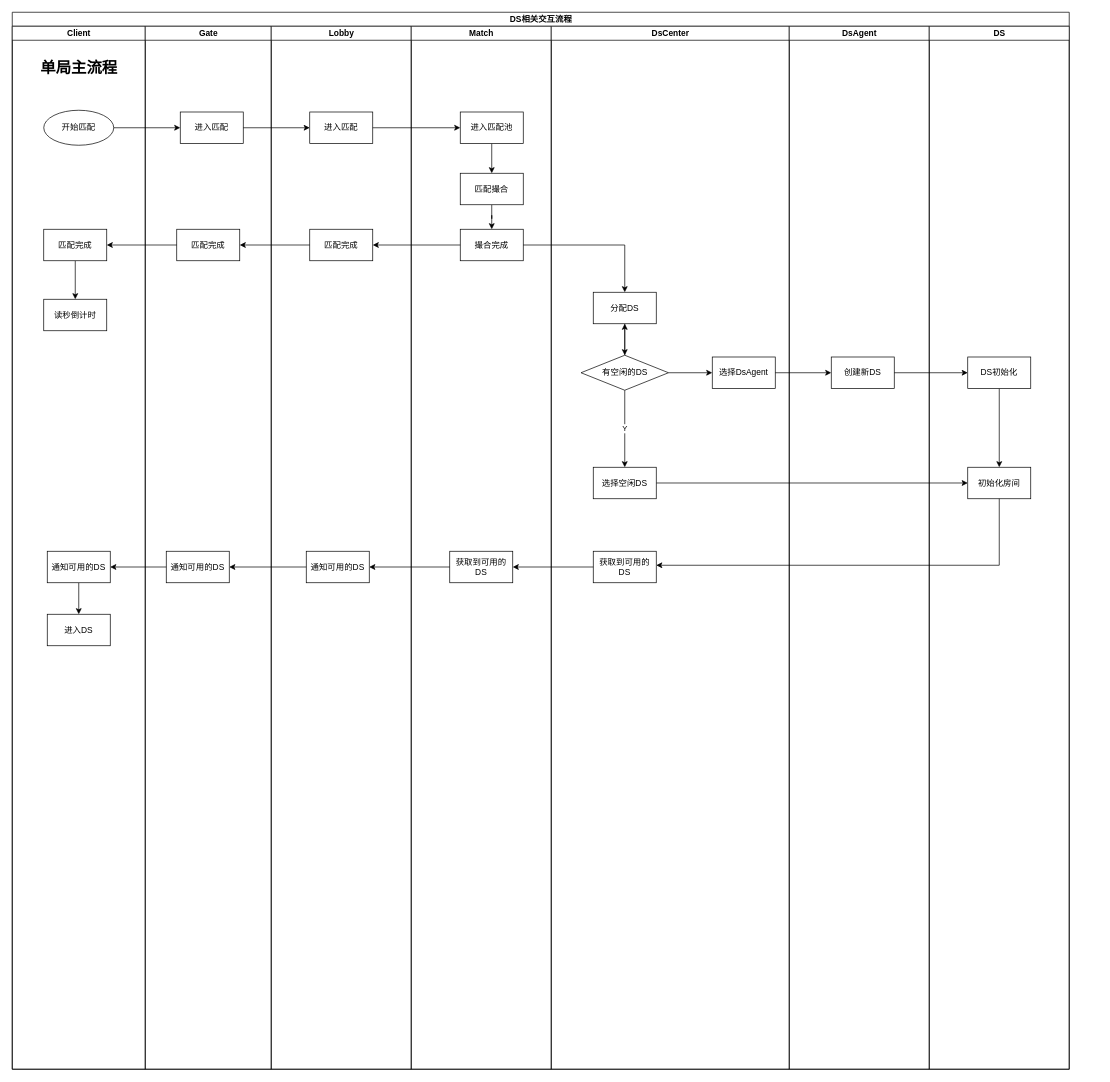
Above: 未命名绘图.drawio in doingli/udpprobe (draw.io), before the change. Source tidied: cells renumbered, new cells numbered last; positions are measured from the earlier drawing's top-left corner, leaving out a move shared by most shapes. Both pictures are drawn from the tidied source at 70%, with x=0, y=0 at pixel (12, 12).
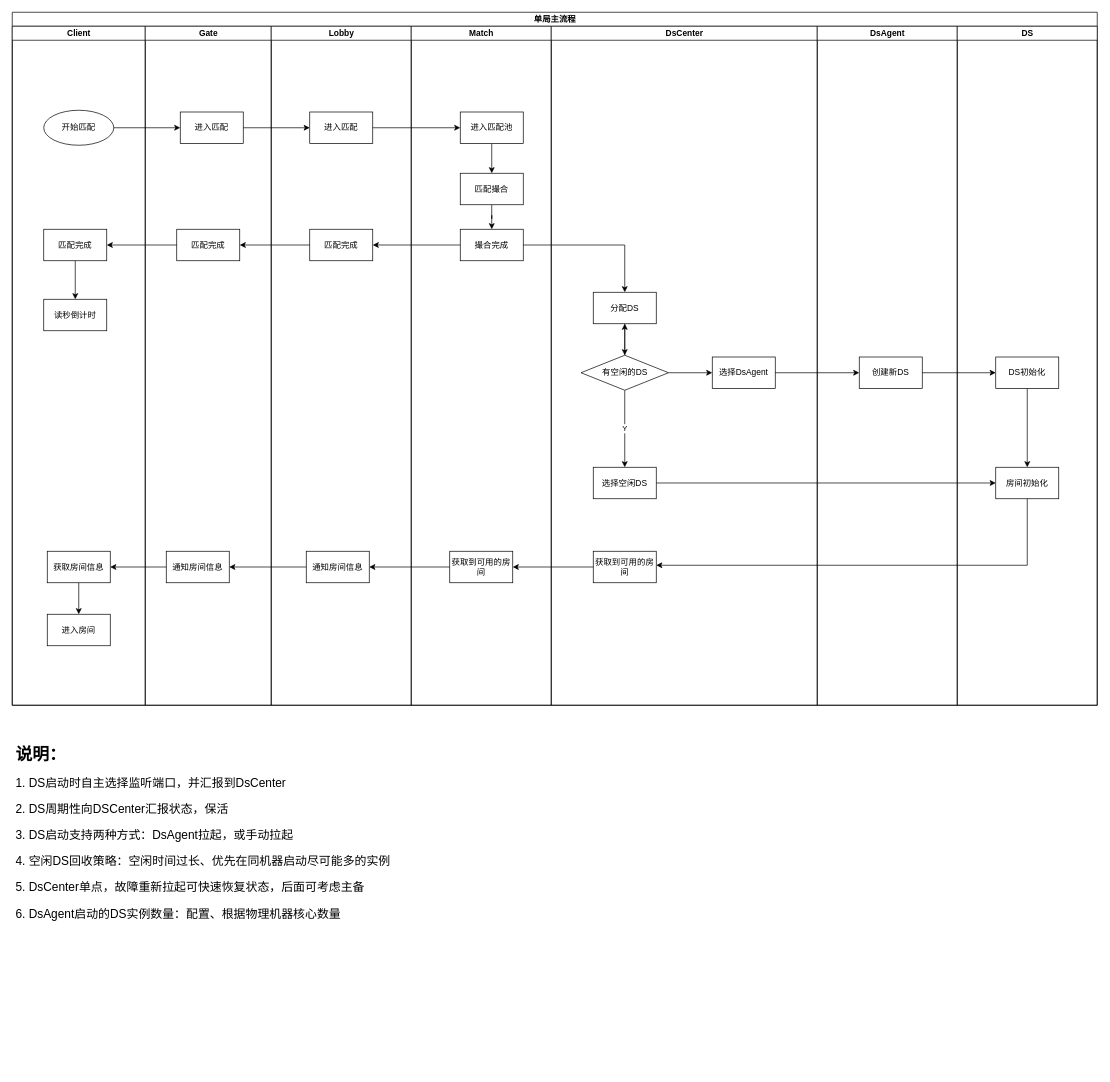
The same diagram, later.

Commit message:
Mobi_单局主流程.drawio

What changed in the source:
```diff
@@
-    <mxCell id="2" value="DS相关交互流程" style="swimlane;startSize=20;html=1;" parent="1" vertex="1">
-      <mxGeometry width="1510" height="1510" as="geometry" />
+    <mxCell id="2" value="单局主流程" style="swimlane;startSize=20;html=1;" parent="1" vertex="1">
+      <mxGeometry width="1550" height="990" as="geometry" />
     </mxCell>
     <mxCell id="3" value="Client" style="swimlane;startSize=20;html=1;" parent="2" vertex="1">
-      <mxGeometry y="20" width="190" height="1490" as="geometry" />
+      <mxGeometry y="20" width="190" height="970" as="geometry" />
     </mxCell>
@@
-    <mxCell id="9" value="通知可用的DS" style="rounded=0;whiteSpace=wrap;html=1;" parent="3" vertex="1">
+    <mxCell id="9" value="获取房间信息" style="rounded=0;whiteSpace=wrap;html=1;" parent="3" vertex="1">
       <mxGeometry x="50" y="750" width="90" height="45" as="geometry" />
     </mxCell>
-    <mxCell id="10" value="进入DS" style="rounded=0;whiteSpace=wrap;html=1;" parent="3" vertex="1">
+    <mxCell id="10" value="进入房间" style="rounded=0;whiteSpace=wrap;html=1;" parent="3" vertex="1">
       <mxGeometry x="50" y="840" width="90" height="45" as="geometry" />
     </mxCell>
-    <mxCell id="11" value="&lt;font style=&quot;font-size: 22px;&quot;&gt;&lt;b&gt;单局主流程&lt;/b&gt;&lt;/font&gt;" style="text;html=1;strokeColor=none;fillColor=none;align=center;verticalAlign=middle;whiteSpace=wrap;rounded=0;" parent="3" vertex="1">
-      <mxGeometry x="8.8" y="30" width="172.5" height="60" as="geometry" />
-    </mxCell>
     <mxCell id="12" value="Gate" style="swimlane;startSize=20;html=1;" parent="2" vertex="1">
-      <mxGeometry x="190" y="20" width="180" height="1490" as="geometry" />
+      <mxGeometry x="190" y="20" width="180" height="970" as="geometry" />
     </mxCell>
@@
-    <mxCell id="15" value="通知可用的DS" style="rounded=0;whiteSpace=wrap;html=1;" parent="12" vertex="1">
+    <mxCell id="15" value="通知房间信息" style="rounded=0;whiteSpace=wrap;html=1;" parent="12" vertex="1">
       <mxGeometry x="30" y="750" width="90" height="45" as="geometry" />
     </mxCell>
     <mxCell id="16" value="Lobby" style="swimlane;startSize=20;html=1;" parent="2" vertex="1">
-      <mxGeometry x="370" y="20" width="200" height="1490" as="geometry" />
+      <mxGeometry x="370" y="20" width="200" height="970" as="geometry" />
     </mxCell>
@@
-    <mxCell id="19" value="通知可用的DS" style="rounded=0;whiteSpace=wrap;html=1;" parent="16" vertex="1">
+    <mxCell id="19" value="通知房间信息" style="rounded=0;whiteSpace=wrap;html=1;" parent="16" vertex="1">
       <mxGeometry x="50" y="750" width="90" height="45" as="geometry" />
     </mxCell>
     <mxCell id="20" value="Match" style="swimlane;startSize=20;html=1;" parent="2" vertex="1">
-      <mxGeometry x="570" y="20" width="200" height="1490" as="geometry" />
+      <mxGeometry x="570" y="20" width="200" height="970" as="geometry" />
     </mxCell>
@@
-    <mxCell id="26" value="获取到可用的DS" style="rounded=0;whiteSpace=wrap;html=1;" parent="20" vertex="1">
+    <mxCell id="26" value="获取到可用的房间" style="rounded=0;whiteSpace=wrap;html=1;" parent="20" vertex="1">
       <mxGeometry x="55" y="750" width="90" height="45" as="geometry" />
     </mxCell>
@@
     <mxCell id="28" value="DsCenter" style="swimlane;startSize=20;html=1;" parent="2" vertex="1">
-      <mxGeometry x="770" y="20" width="340" height="1490" as="geometry" />
+      <mxGeometry x="770" y="20" width="380" height="970" as="geometry" />
     </mxCell>
@@
-    <mxCell id="37" value="获取到可用的DS" style="rounded=0;whiteSpace=wrap;html=1;" parent="28" vertex="1">
+    <mxCell id="37" value="获取到可用的房间" style="rounded=0;whiteSpace=wrap;html=1;" parent="28" vertex="1">
       <mxGeometry x="60" y="750" width="90" height="45" as="geometry" />
     </mxCell>
     <mxCell id="38" value="DsAgent" style="swimlane;startSize=20;html=1;" parent="2" vertex="1">
-      <mxGeometry x="1110" y="20" width="200" height="1490" as="geometry" />
+      <mxGeometry x="1150" y="20" width="200" height="970" as="geometry" />
     </mxCell>
@@
     <mxCell id="48" value="DS" style="swimlane;startSize=20;html=1;" parent="2" vertex="1">
-      <mxGeometry x="1310" y="20" width="200" height="1490" as="geometry" />
+      <mxGeometry x="1350" y="20" width="200" height="970" as="geometry" />
     </mxCell>
-    <mxCell id="49" value="初始化房间" style="rounded=0;whiteSpace=wrap;html=1;" parent="48" vertex="1">
+    <mxCell id="49" value="房间初始化" style="rounded=0;whiteSpace=wrap;html=1;" parent="48" vertex="1">
       <mxGeometry x="55" y="630" width="90" height="45" as="geometry" />
     </mxCell>
@@
     <mxCell id="53" style="edgeStyle=orthogonalEdgeStyle;rounded=0;jettySize=auto;html=1;exitX=0.5;exitY=1;exitDx=0;exitDy=0;" parent="2" edge="1" source="49" target="37">
       <mxGeometry relative="1" as="geometry">
         <Array as="points">
-          <mxPoint x="1410" y="790" />
+          <mxPoint x="1450" y="790" />
         </Array>
       </mxGeometry>
     </mxCell>
@@
+    <mxCell id="58" value="&lt;h1 style=&quot;font-size: 24px;&quot;&gt;说明：&lt;/h1&gt;&lt;p style=&quot;font-size: 17px;&quot;&gt;1. DS启动时自主选择监听端口，并汇报到DsCenter&lt;/p&gt;&lt;p style=&quot;font-size: 17px;&quot;&gt;2. DS周期性向DSCenter汇报状态，保活&lt;/p&gt;&lt;p style=&quot;font-size: 17px;&quot;&gt;3. DS启动支持两种方式：DsAgent拉起，或手动拉起&lt;/p&gt;&lt;p style=&quot;font-size: 17px;&quot;&gt;4. 空闲DS回收策略：空闲时间过长、优先在同机器启动尽可能多的实例&lt;/p&gt;&lt;p style=&quot;font-size: 17px;&quot;&gt;5. DsCenter单点，故障重新拉起可快速恢复状态，后面可考虑主备&lt;/p&gt;&lt;p style=&quot;font-size: 17px;&quot;&gt;6. DsAgent启动的DS实例数量：配置、根据物理机器核心数量&lt;/p&gt;" style="text;html=1;strokeColor=none;fillColor=none;spacing=5;spacingTop=-20;whiteSpace=wrap;overflow=hidden;rounded=0;fontSize=19;" parent="1" vertex="1">
+      <mxGeometry y="1040" width="610" height="306" as="geometry" />
+    </mxCell>
```
